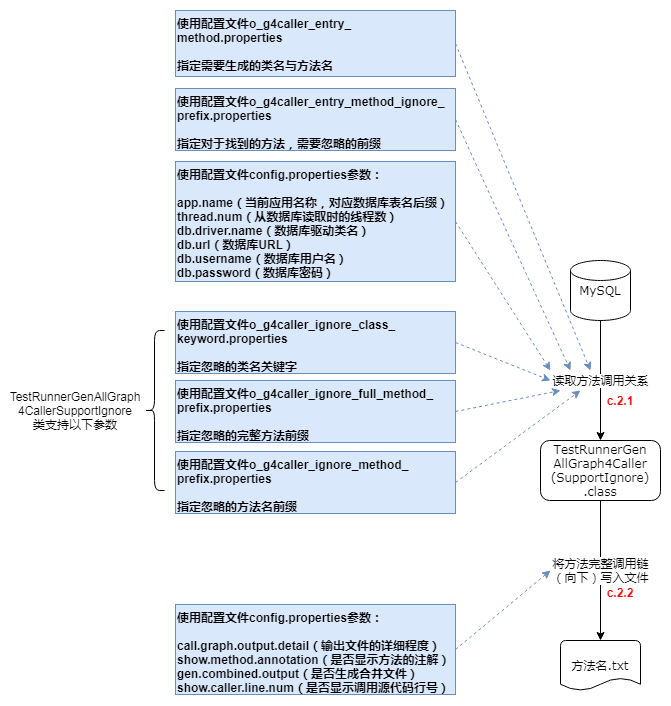
Earlier version of the draw.io export pic/args-use-c.2.png (Adrninistrator/java-all-call-graph). Source tidied: cells renumbered, new cells last; positions are measured from the earlier drawing's top-left corner, leaving out a move shared by most shapes.
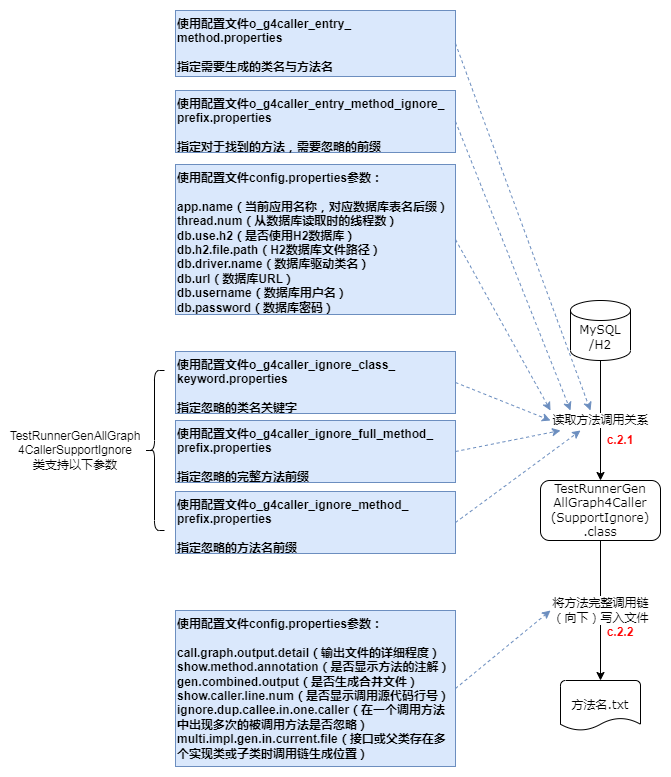
After the commit.

Change to the diagram source:
```diff
@@ -5,7 +5,7 @@
     <mxCell id="2" value="TestRunnerGen&lt;br&gt;AllGraph4Caller&lt;br&gt;(SupportIgnore)&lt;br&gt;.class" style="rounded=1;html=1;whiteSpace=wrap;fontSize=12;fontFamily=Verdana;" parent="1" vertex="1">
       <mxGeometry x="530" y="430" width="120" height="60" as="geometry" />
     </mxCell>
-    <mxCell id="3" value="MySQL" style="strokeWidth=1;html=1;shape=mxgraph.flowchart.database;whiteSpace=wrap;fontSize=12;fontFamily=Verdana;" parent="1" vertex="1">
+    <mxCell id="3" value="&lt;br&gt;MySQL&lt;br&gt;/H2" style="strokeWidth=1;html=1;shape=mxgraph.flowchart.database;whiteSpace=wrap;fontSize=12;fontFamily=Verdana;" parent="1" vertex="1">
       <mxGeometry x="560" y="250" width="60" height="60" as="geometry" />
     </mxCell>
     <mxCell id="4" value="方法名.txt" style="strokeWidth=1;html=1;shape=mxgraph.flowchart.document2;whiteSpace=wrap;size=0.25;fontSize=12;fontFamily=Verdana;" parent="1" vertex="1">
@@ -18,7 +18,7 @@
       <mxGeometry relative="1" as="geometry" />
     </mxCell>
     <mxCell id="7" value="使用配置文件o_g4caller_entry_&lt;br&gt;method.properties&lt;br&gt;&lt;br&gt;指定需要生成的类名与方法名" style="rounded=0;whiteSpace=wrap;html=1;align=left;verticalAlign=top;fillColor=#dae8fc;strokeColor=#6c8ebf;fontStyle=1;" parent="1" vertex="1">
-      <mxGeometry x="165" width="280" height="66" as="geometry" />
+      <mxGeometry x="165" y="-40" width="280" height="66" as="geometry" />
     </mxCell>
     <mxCell id="8" style="endArrow=classic;html=1;exitX=1;exitY=0.5;exitDx=0;exitDy=0;dashed=1;fillColor=#dae8fc;strokeColor=#6c8ebf;" parent="1" edge="1" source="7">
       <mxGeometry relative="1" as="geometry">
@@ -26,23 +26,23 @@
       </mxGeometry>
     </mxCell>
     <mxCell id="9" value="使用配置文件o_g4caller_entry_method_ignore_&lt;br&gt;prefix.properties&lt;br&gt;&lt;br&gt;指定对于找到的方法，需要忽略的前缀" style="rounded=0;whiteSpace=wrap;html=1;align=left;verticalAlign=top;fillColor=#dae8fc;strokeColor=#6c8ebf;fontStyle=1;" parent="1" vertex="1">
-      <mxGeometry x="165" y="78" width="280" height="62" as="geometry" />
+      <mxGeometry x="165" y="40" width="280" height="62" as="geometry" />
     </mxCell>
     <mxCell id="10" style="endArrow=classic;html=1;exitX=1;exitY=0.5;exitDx=0;exitDy=0;dashed=1;fillColor=#dae8fc;strokeColor=#6c8ebf;" parent="1" edge="1" source="9">
       <mxGeometry relative="1" as="geometry">
         <mxPoint x="560" y="360" as="targetPoint" />
       </mxGeometry>
     </mxCell>
-    <mxCell id="11" value="使用配置文件config.properties参数：&lt;br&gt;&lt;br&gt;&lt;div&gt;call.graph.output.detail（输出文件的详细程度）&lt;/div&gt;&lt;div&gt;show.method.annotation（是否显示方法的注解）&lt;/div&gt;&lt;div&gt;gen.combined.output（是否生成合并文件）&lt;/div&gt;&lt;div&gt;show.caller.line.num（是否显示调用源代码行号）&lt;br&gt;&lt;/div&gt;" style="rounded=0;whiteSpace=wrap;html=1;align=left;verticalAlign=top;fillColor=#dae8fc;strokeColor=#6c8ebf;fontStyle=1;" parent="1" vertex="1">
-      <mxGeometry x="165" y="594" width="280" height="90" as="geometry" />
+    <mxCell id="11" value="使用配置文件config.properties参数：&lt;br&gt;&lt;br&gt;&lt;div&gt;call.graph.output.detail（输出文件的详细程度）&lt;/div&gt;&lt;div&gt;show.method.annotation（是否显示方法的注解）&lt;/div&gt;&lt;div&gt;gen.combined.output（是否生成合并文件）&lt;/div&gt;&lt;div&gt;show.caller.line.num（是否显示调用源代码行号）&lt;br&gt;&lt;/div&gt;&lt;div&gt;&lt;div&gt;ignore.dup.callee.in.one.caller（在一个调用方法中出现多次的被调用方法是否忽略）&lt;/div&gt;&lt;div&gt;multi.impl.gen.in.current.file（接口或父类存在多个实现类或子类时调用链生成位置）&lt;/div&gt;&lt;/div&gt;" style="rounded=0;whiteSpace=wrap;html=1;align=left;verticalAlign=top;fillColor=#dae8fc;strokeColor=#6c8ebf;fontStyle=1;" parent="1" vertex="1">
+      <mxGeometry x="165" y="560" width="280" height="156" as="geometry" />
     </mxCell>
     <mxCell id="12" style="endArrow=classic;html=1;exitX=1;exitY=0.5;exitDx=0;exitDy=0;dashed=1;fillColor=#dae8fc;strokeColor=#6c8ebf;" parent="1" edge="1" source="11">
       <mxGeometry relative="1" as="geometry">
         <mxPoint x="540" y="560" as="targetPoint" />
       </mxGeometry>
     </mxCell>
-    <mxCell id="13" value="使用配置文件config.properties参数：&lt;br&gt;&lt;br&gt;app.name（当前应用名称，对应数据库表名后缀）&lt;br&gt;thread.num（从数据库读取时的线程数）&lt;br&gt;&lt;div&gt;db.driver.name（数据库驱动类名）&lt;/div&gt;&lt;div&gt;db.url（数据库URL）&lt;/div&gt;&lt;div&gt;db.username（数据库用户名）&lt;/div&gt;&lt;div&gt;db.password（数据库密码）&lt;/div&gt;" style="rounded=0;html=1;align=left;verticalAlign=top;fillColor=#dae8fc;strokeColor=#6c8ebf;fontStyle=1;whiteSpace=wrap;fontSize=12;" parent="1" vertex="1">
-      <mxGeometry x="165" y="151" width="280" height="120" as="geometry" />
+    <mxCell id="13" value="使用配置文件config.properties参数：&lt;br&gt;&lt;br&gt;app.name（当前应用名称，对应数据库表名后缀）&lt;br&gt;thread.num（从数据库读取时的线程数）&lt;br&gt;&lt;div&gt;db.use.h2（是否使用H2数据库）&lt;/div&gt;&lt;div&gt;db.h2.file.path（H2数据库文件路径）&lt;/div&gt;&lt;div&gt;db.driver.name（数据库驱动类名）&lt;/div&gt;&lt;div&gt;db.url（数据库URL）&lt;/div&gt;&lt;div&gt;db.username（数据库用户名）&lt;/div&gt;&lt;div&gt;db.password（数据库密码）&lt;/div&gt;" style="rounded=0;html=1;align=left;verticalAlign=top;fillColor=#dae8fc;strokeColor=#6c8ebf;fontStyle=1;whiteSpace=wrap;fontSize=12;" parent="1" vertex="1">
+      <mxGeometry x="165" y="114" width="280" height="150" as="geometry" />
     </mxCell>
     <mxCell id="14" style="endArrow=classic;html=1;exitX=1;exitY=0.5;exitDx=0;exitDy=0;dashed=1;fillColor=#dae8fc;strokeColor=#6c8ebf;" parent="1" edge="1" source="13">
       <mxGeometry relative="1" as="geometry">
```
